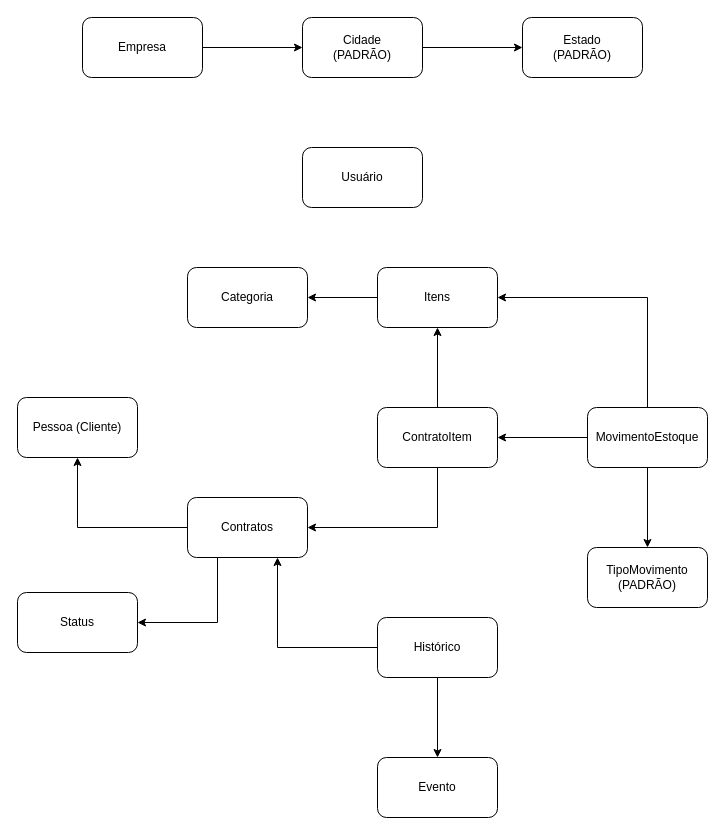
This is page "Página-2" (2 of 2) of Documentação/EstruturaTabelas.drawio from joaovcara/SistemaRotary, a draw.io file, before an edit. Source tidied: cells renumbered, new cells numbered last; positions are measured from the earlier drawing's top-left corner, leaving out a move shared by most shapes. Both pictures are drawn from the tidied source at 100%, with x=0, y=0 at pixel (17, 17).
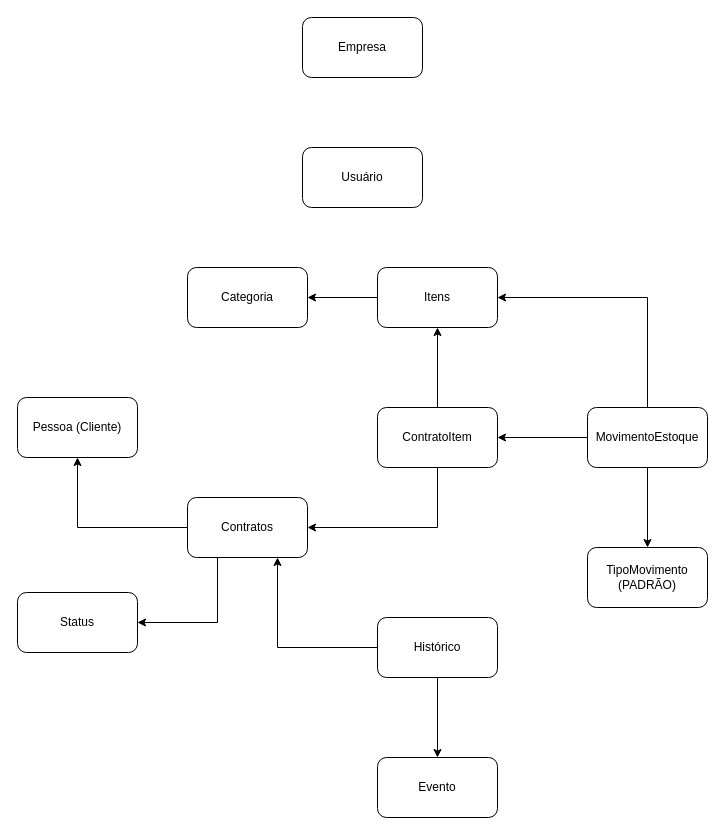
The same diagram, later.

What changed in the source:
```diff
@@
-    <mxCell id="19" style="edgeStyle=orthogonalEdgeStyle;rounded=0;jettySize=auto;html=1;" parent="1" edge="1" source="20" target="22">
-      <mxGeometry relative="1" as="geometry" />
-    </mxCell>
     <mxCell id="20" value="Empresa" style="rounded=1;whiteSpace=wrap;html=1;" parent="1" vertex="1">
-      <mxGeometry x="65" width="120" height="60" as="geometry" />
+      <mxGeometry x="285" width="120" height="60" as="geometry" />
     </mxCell>
-    <mxCell id="21" style="edgeStyle=orthogonalEdgeStyle;rounded=0;jettySize=auto;html=1;" parent="1" edge="1" source="22" target="23">
-      <mxGeometry relative="1" as="geometry" />
-    </mxCell>
-    <mxCell id="22" value="Cidade&lt;br&gt;(PADRÃO)" style="rounded=1;whiteSpace=wrap;html=1;" parent="1" vertex="1">
-      <mxGeometry x="285" width="120" height="60" as="geometry" />
-    </mxCell>
-    <mxCell id="23" value="Estado&lt;br&gt;(PADRÃO)" style="rounded=1;whiteSpace=wrap;html=1;" parent="1" vertex="1">
-      <mxGeometry x="505" width="120" height="60" as="geometry" />
-    </mxCell>
```
